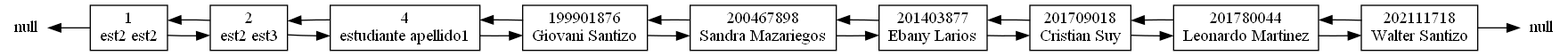
walterjav19/EDD_1S2023_PY_202111718 keeps this Graphviz diagram as EDD_Proyecto1_Fase1/Reportes/Lista.png. Above is the earlier version. Its source is kept beside it as EDD_Proyecto1_Fase1/Grafics/Lista.dot.
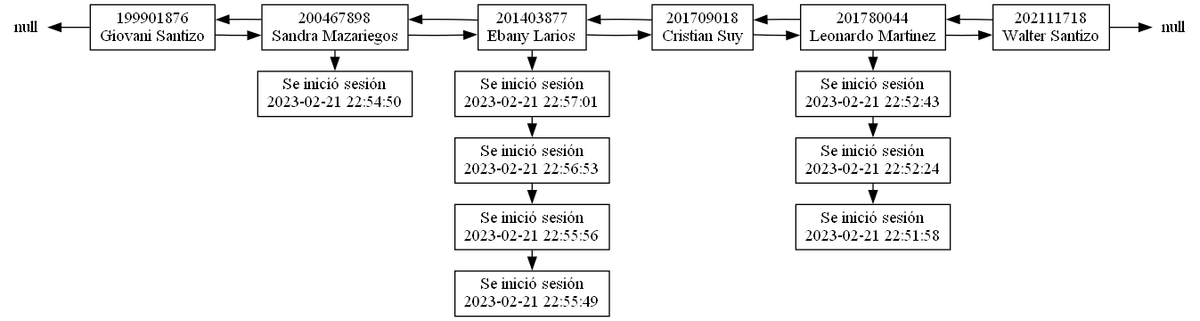
Later version of the same file.

The edit, as a diff of the source:
```diff
@@ -1,33 +1,51 @@
 digraph LinkedList {
 	rankdir=LR;
-	node [shape=record];
+	node [shape=box];
 	nullI [shape=none, label="null", style=bold, height=0, width=0];
 	nullF [shape=none, label="null", style=bold, height=0, width=0];
-	a1[label="1\nest2 est2"]
-	a1->a2
-	nullI->a1[dir=back]
-			a2[label="2\nest2 est3"]
-	a2->a4
-	a2->a1
-	a4[label="4\nestudiante apellido1"]
-	a4->a199901876
-	a4->a2
 	a199901876[label="199901876\nGiovani Santizo"]
 	a199901876->a200467898
-	a199901876->a4
-	a200467898[label="200467898\nSandra Mazariegos"]
+	nullI->a199901876[dir=back]
+			a200467898[label="200467898\nSandra Mazariegos"]
 	a200467898->a201403877
 	a200467898->a199901876
-	a201403877[label="201403877\nEbany Larios"]
+	a200467898->n20
+	n20[label="Se inició sesión
+2023-02-21 22:54:50"]
+		{rank=same;a200467898,n20}
+a201403877[label="201403877\nEbany Larios"]
 	a201403877->a201709018
 	a201403877->a200467898
-	a201709018[label="201709018\nCristian Suy"]
+	a201403877->n40
+	n40[label="Se inició sesión
+2023-02-21 22:57:01"]
+		n40->n41
+			n41[label="Se inició sesión
+2023-02-21 22:56:53"]
+		n41->n42
+			n42[label="Se inició sesión
+2023-02-21 22:55:56"]
+		n42->n43
+			n43[label="Se inició sesión
+2023-02-21 22:55:49"]
+		{rank=same;a201403877,n40,n41,n42,n43}
+a201709018[label="201709018\nCristian Suy"]
 	a201709018->a201780044
 	a201709018->a201403877
 	a201780044[label="201780044\nLeonardo Martinez"]
 	a201780044->a202111718
 	a201780044->a201709018
-	a202111718[label="202111718\nWalter Santizo"]
+	a201780044->n80
+	n80[label="Se inició sesión
+2023-02-21 22:52:43"]
+		n80->n81
+			n81[label="Se inició sesión
+2023-02-21 22:52:24"]
+		n81->n82
+			n82[label="Se inició sesión
+2023-02-21 22:51:58"]
+		{rank=same;a201780044,n80,n81,n82}
+a202111718[label="202111718\nWalter Santizo"]
 	a202111718->a201780044
 	a202111718->nullF
 			}
```
